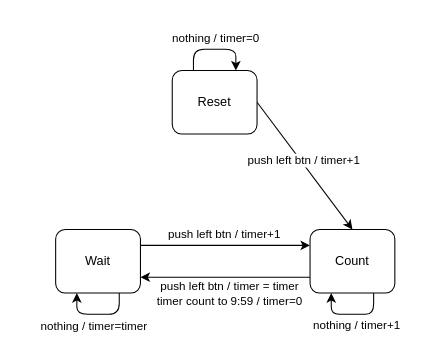
This is lab4/img/stopwatch_state_transition_diagram.drawio from tangerine1202/EECS207001-Logic-Design-Lab, a draw.io file, before an edit. Source tidied: cells renumbered, new cells numbered last; positions are measured from the earlier drawing's top-left corner, leaving out a move shared by most shapes. Both pictures are drawn from the tidied source at 106%, with x=0, y=0 at pixel (55, 49).
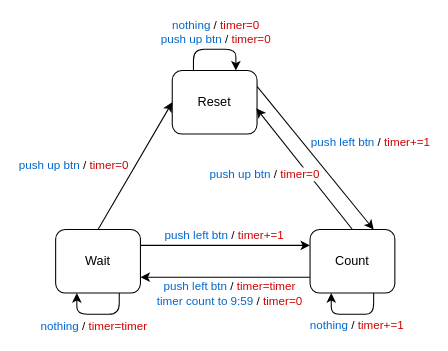
Above is the later version.

Commit message (it also covers changes not shown here):
fix: update fpag diagram

The change refers to these unchanged cells:
```xml
<mxCell id="4" value="Reset" style="rounded=1;whiteSpace=wrap;html=1;" parent="1" vertex="1">
  <mxGeometry x="110" y="20" width="80" height="60" as="geometry" />
</mxCell>
<mxCell id="5" style="edgeStyle=none;rounded=0;jettySize=auto;html=1;exitX=1;exitY=0.25;exitDx=0;exitDy=0;entryX=0;entryY=0.25;entryDx=0;entryDy=0;" parent="1" edge="1" source="9" target="10">
  <mxGeometry relative="1" as="geometry" />
</mxCell>
<mxCell id="7" style="edgeStyle=none;rounded=0;jettySize=auto;html=1;exitX=0;exitY=0.75;exitDx=0;exitDy=0;entryX=1;entryY=0.75;entryDx=0;entryDy=0;" parent="1" edge="1" source="10" target="9">
  <mxGeometry relative="1" as="geometry" />
</mxCell>
<mxCell id="9" value="Wait" style="rounded=1;whiteSpace=wrap;html=1;" parent="1" vertex="1">
  <mxGeometry y="170" width="80" height="60" as="geometry" />
</mxCell>
<mxCell id="10" value="Count" style="rounded=1;whiteSpace=wrap;html=1;" parent="1" vertex="1">
  <mxGeometry x="240" y="170" width="80" height="60" as="geometry" />
</mxCell>
<mxCell id="11" style="edgeStyle=orthogonalEdgeStyle;rounded=1;orthogonalLoop=1;jettySize=auto;html=1;exitX=0.25;exitY=0;exitDx=0;exitDy=0;entryX=0.75;entryY=0;entryDx=0;entryDy=0;" parent="1" edge="1" source="4" target="4">
  <mxGeometry relative="1" as="geometry">
    <Array as="points">
      <mxPoint x="130" />
      <mxPoint x="170" />
    </Array>
  </mxGeometry>
</mxCell>
<mxCell id="13" style="edgeStyle=orthogonalEdgeStyle;rounded=1;orthogonalLoop=1;jettySize=auto;html=1;exitX=0.75;exitY=1;exitDx=0;exitDy=0;entryX=0.25;entryY=1;entryDx=0;entryDy=0;" parent="1" edge="1" source="10" target="10">
  <mxGeometry relative="1" as="geometry">
    <Array as="points">
      <mxPoint x="285" y="250" />
      <mxPoint x="255" y="250" />
    </Array>
  </mxGeometry>
</mxCell>
```

What changed in the source:
```diff
@@
-    <mxCell id="2" style="edgeStyle=none;rounded=0;jettySize=auto;html=1;exitX=1;exitY=0.5;exitDx=0;exitDy=0;entryX=0.5;entryY=0;entryDx=0;entryDy=0;" parent="1" edge="1" source="4" target="10">
+    <mxCell id="2" style="edgeStyle=none;rounded=0;jettySize=auto;html=1;exitX=1;exitY=0.25;exitDx=0;exitDy=0;entryX=0.75;entryY=0;entryDx=0;entryDy=0;" parent="1" edge="1" source="4" target="10">
       <mxGeometry relative="1" as="geometry" />
     </mxCell>
-    <mxCell id="3" value="push left btn / timer+1" style="edgeLabel;html=1;align=center;verticalAlign=middle;" parent="2" vertex="1">
-      <mxGeometry x="-0.08" y="2" relative="1" as="geometry" />
-    </mxCell>
@@
-    <mxCell id="6" value="push left btn / timer+1" style="edgeLabel;html=1;align=center;verticalAlign=middle;" parent="5" vertex="1">
+    <mxCell id="6" value="&lt;font color=&quot;#0066cc&quot;&gt;push left btn&lt;/font&gt; / &lt;font color=&quot;#cc0000&quot;&gt;timer+=1&lt;/font&gt;" style="edgeLabel;html=1;align=center;verticalAlign=middle;" parent="5" vertex="1">
       <mxGeometry x="-0.02" y="1" relative="1" as="geometry">
         <mxPoint y="-10" as="offset" />
       </mxGeometry>
     </mxCell>
@@
-    <mxCell id="8" value="push left btn / timer = timer&lt;br&gt;timer count to 9:59 / timer=0" style="edgeLabel;html=1;align=center;verticalAlign=middle;" parent="7" vertex="1">
+    <mxCell id="8" value="&lt;font color=&quot;#0066cc&quot;&gt;push left btn&lt;/font&gt; / &lt;font color=&quot;#cc0000&quot;&gt;timer=timer&lt;/font&gt;&lt;br&gt;&lt;font color=&quot;#0066cc&quot;&gt;timer count to 9:59&lt;/font&gt; / &lt;font color=&quot;#cc0000&quot;&gt;timer=0&lt;/font&gt;" style="edgeLabel;html=1;align=center;verticalAlign=middle;" parent="7" vertex="1">
       <mxGeometry x="0.08" y="-1" relative="1" as="geometry">
         <mxPoint x="9" y="16" as="offset" />
       </mxGeometry>
     </mxCell>
+    <mxCell id="17" style="rounded=0;jettySize=auto;html=1;exitX=0.5;exitY=0;exitDx=0;exitDy=0;entryX=0;entryY=0.5;entryDx=0;entryDy=0;" parent="1" edge="1" source="9" target="4">
+      <mxGeometry relative="1" as="geometry" />
+    </mxCell>
@@
+    <mxCell id="18" style="edgeStyle=none;rounded=0;jettySize=auto;html=1;entryX=0.991;entryY=0.595;entryDx=0;entryDy=0;exitX=0.5;exitY=0;exitDx=0;exitDy=0;entryPerimeter=0;" parent="1" edge="1" source="10" target="4">
+      <mxGeometry relative="1" as="geometry" />
+    </mxCell>
@@
-    <mxCell id="12" value="nothing / timer=0" style="edgeLabel;html=1;align=center;verticalAlign=middle;" parent="11" vertex="1">
+    <mxCell id="12" value="&lt;font color=&quot;#0066cc&quot;&gt;nothing&lt;/font&gt; / &lt;font color=&quot;#cc0000&quot;&gt;timer=0&lt;br&gt;&lt;/font&gt;&lt;font color=&quot;#0066cc&quot;&gt;push up btn&lt;/font&gt;&amp;nbsp;/&amp;nbsp;&lt;font color=&quot;#cc0000&quot;&gt;timer=0&lt;/font&gt;&lt;font color=&quot;#cc0000&quot;&gt;&lt;br&gt;&lt;/font&gt;" style="edgeLabel;html=1;align=center;verticalAlign=middle;" parent="11" vertex="1">
       <mxGeometry y="1" relative="1" as="geometry">
-        <mxPoint y="-10" as="offset" />
+        <mxPoint y="-16" as="offset" />
       </mxGeometry>
     </mxCell>
@@
-    <mxCell id="14" value="nothing / timer+1" style="edgeLabel;html=1;align=center;verticalAlign=middle;" parent="13" vertex="1">
+    <mxCell id="14" value="&lt;font color=&quot;#0066cc&quot;&gt;nothing&lt;/font&gt; / &lt;font color=&quot;#cc0000&quot;&gt;timer+=1&lt;/font&gt;" style="edgeLabel;html=1;align=center;verticalAlign=middle;" parent="13" vertex="1">
       <mxGeometry x="-0.01" y="-1" relative="1" as="geometry">
         <mxPoint x="3" y="10" as="offset" />
       </mxGeometry>
     </mxCell>
@@
-    <mxCell id="16" value="nothing / timer=timer" style="edgeLabel;html=1;align=center;verticalAlign=middle;" parent="1" vertex="1">
+    <mxCell id="16" value="&lt;font color=&quot;#0066cc&quot;&gt;nothing&lt;/font&gt; / &lt;font color=&quot;#cc0000&quot;&gt;timer=timer&lt;/font&gt;" style="edgeLabel;html=1;align=center;verticalAlign=middle;" parent="1" vertex="1">
       <mxGeometry x="40" y="260" as="geometry">
         <mxPoint x="-5" as="offset" />
       </mxGeometry>
     </mxCell>
+    <mxCell id="19" value="&lt;font color=&quot;#0066cc&quot;&gt;push up btn&lt;/font&gt; / &lt;font color=&quot;#cc0000&quot;&gt;timer=0&lt;/font&gt;" style="edgeLabel;html=1;align=center;verticalAlign=middle;" parent="1" vertex="1">
+      <mxGeometry x="16" y="108" as="geometry" />
+    </mxCell>
+    <mxCell id="20" value="&lt;font color=&quot;#0066cc&quot;&gt;push left btn&lt;/font&gt; / &lt;font color=&quot;#cc0000&quot;&gt;timer+=1&lt;/font&gt;" style="edgeLabel;html=1;align=center;verticalAlign=middle;rotation=0;" parent="1" vertex="1">
+      <mxGeometry x="230" y="80" as="geometry">
+        <mxPoint x="66" y="7" as="offset" />
+      </mxGeometry>
+    </mxCell>
+    <mxCell id="21" value="&lt;font color=&quot;#0066cc&quot;&gt;push up btn&lt;/font&gt; / &lt;font color=&quot;#cc0000&quot;&gt;timer=0&lt;/font&gt;" style="edgeLabel;html=1;align=center;verticalAlign=middle;rotation=0;" parent="1" vertex="1">
+      <mxGeometry x="130" y="110" as="geometry">
+        <mxPoint x="66" y="7" as="offset" />
+      </mxGeometry>
+    </mxCell>
```
